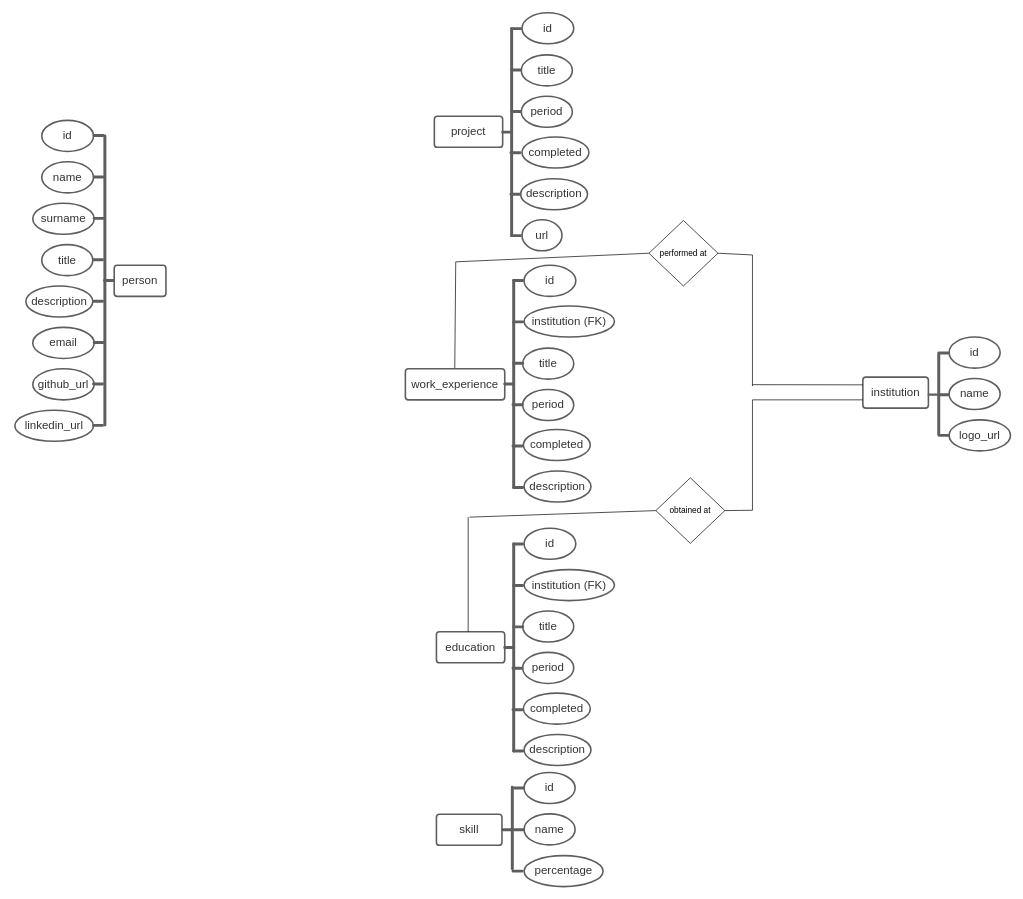
Earlier version of the draw.io diagram base de datos/der portfolio.drawio (sebastian-charras/portfolio-BackEnd). Source tidied: cells renumbered, new cells numbered last; positions are measured from the earlier drawing's top-left corner, leaving out a move shared by most shapes. Both pictures are drawn from the tidied source at 69%, with x=0, y=0 at pixel (-41, 12).
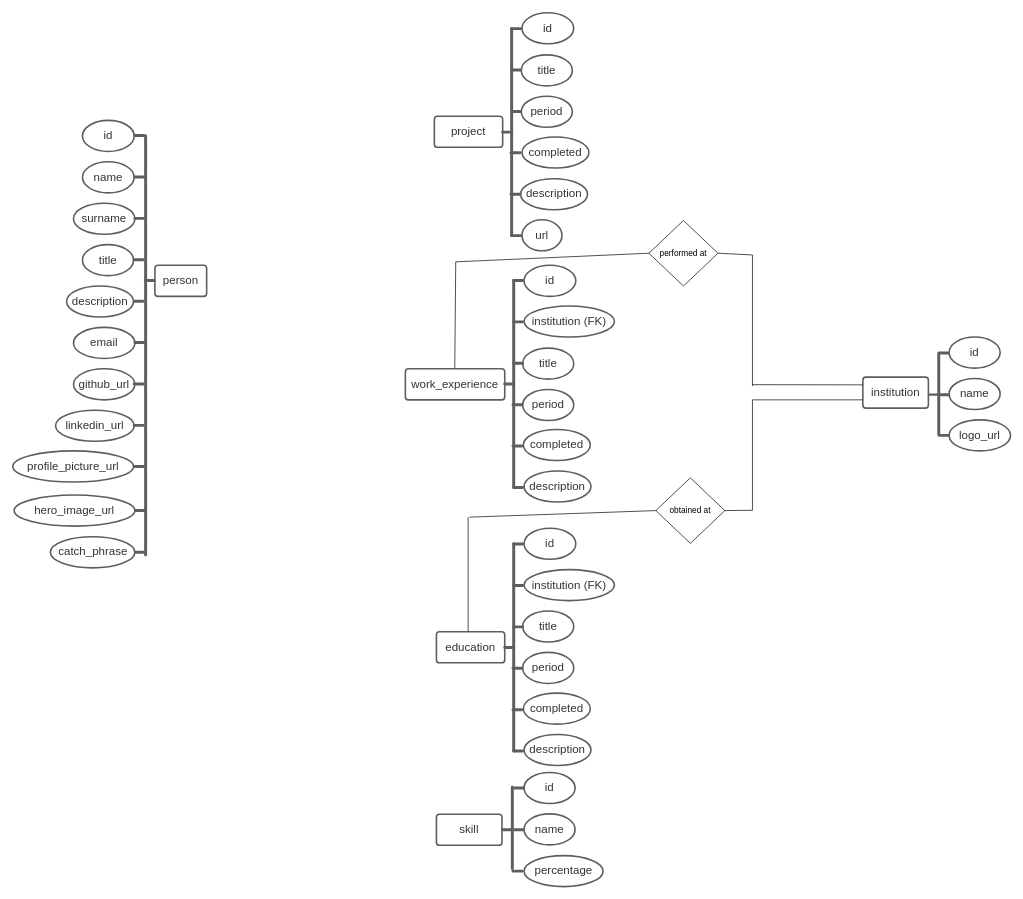
The same diagram, later.

The edit, as a diff of the source:
```diff
@@
     <mxCell id="2" value="person" style="html=1;overflow=block;blockSpacing=1;whiteSpace=wrap;fontSize=16.7;fontColor=#333333;align=center;spacing=3.8;strokeColor=#5e5e5e;strokeOpacity=100;rounded=1;absoluteArcSize=1;arcSize=9;strokeWidth=2.3;lucidId=KwSxlT5vWARh;" parent="1" vertex="1">
-      <mxGeometry x="224" y="366" width="75" height="45" as="geometry" />
+      <mxGeometry x="283" y="366" width="75" height="45" as="geometry" />
     </mxCell>
     <mxCell id="3" value="id" style="html=1;overflow=block;blockSpacing=1;whiteSpace=wrap;ellipse;fontSize=16.7;fontColor=#333333;align=center;spacing=3.8;strokeColor=#5e5e5e;strokeOpacity=100;rounded=1;absoluteArcSize=1;arcSize=9;strokeWidth=2.3;lucidId=~xSxgMpi7hTy;" parent="1" vertex="1">
-      <mxGeometry x="119" y="156" width="75" height="45" as="geometry" />
+      <mxGeometry x="178" y="156" width="75" height="45" as="geometry" />
     </mxCell>
     <mxCell id="4" value="name" style="html=1;overflow=block;blockSpacing=1;whiteSpace=wrap;ellipse;fontSize=16.7;fontColor=#333333;align=center;spacing=3.8;strokeColor=#5e5e5e;strokeOpacity=100;rounded=1;absoluteArcSize=1;arcSize=9;strokeWidth=2.3;lucidId=pySx~N7EDQEU;" parent="1" vertex="1">
-      <mxGeometry x="119" y="216" width="75" height="45" as="geometry" />
+      <mxGeometry x="178" y="216" width="75" height="45" as="geometry" />
     </mxCell>
     <mxCell id="5" value="surname" style="html=1;overflow=block;blockSpacing=1;whiteSpace=wrap;ellipse;fontSize=16.7;fontColor=#333333;align=center;spacing=3.8;strokeColor=#5e5e5e;strokeOpacity=100;rounded=1;absoluteArcSize=1;arcSize=9;strokeWidth=2.3;lucidId=xySxm8rYlA60;" parent="1" vertex="1">
-      <mxGeometry x="106" y="276" width="89" height="45" as="geometry" />
+      <mxGeometry x="165" y="276" width="89" height="45" as="geometry" />
     </mxCell>
     <mxCell id="6" value="title" style="html=1;overflow=block;blockSpacing=1;whiteSpace=wrap;ellipse;fontSize=16.7;fontColor=#333333;align=center;spacing=3.8;strokeColor=#5e5e5e;strokeOpacity=100;rounded=1;absoluteArcSize=1;arcSize=9;strokeWidth=2.3;lucidId=HySx4aHv7je4;" parent="1" vertex="1">
-      <mxGeometry x="119" y="336" width="74" height="45" as="geometry" />
+      <mxGeometry x="178" y="336" width="74" height="45" as="geometry" />
     </mxCell>
     <mxCell id="7" value="description" style="html=1;overflow=block;blockSpacing=1;whiteSpace=wrap;ellipse;fontSize=16.7;fontColor=#333333;align=center;spacing=3.8;strokeColor=#5e5e5e;strokeOpacity=100;rounded=1;absoluteArcSize=1;arcSize=9;strokeWidth=2.3;lucidId=QySxOdZXcJ-U;" parent="1" vertex="1">
-      <mxGeometry x="96" y="396" width="97" height="45" as="geometry" />
+      <mxGeometry x="155" y="396" width="97" height="45" as="geometry" />
     </mxCell>
     <mxCell id="8" value="email" style="html=1;overflow=block;blockSpacing=1;whiteSpace=wrap;ellipse;fontSize=16.7;fontColor=#333333;align=center;spacing=3.8;strokeColor=#5e5e5e;strokeOpacity=100;rounded=1;absoluteArcSize=1;arcSize=9;strokeWidth=2.3;lucidId=0ySxbOj-4D6V;" parent="1" vertex="1">
-      <mxGeometry x="106" y="456" width="89" height="45" as="geometry" />
+      <mxGeometry x="165" y="456" width="89" height="45" as="geometry" />
     </mxCell>
     <mxCell id="9" value="github_url" style="html=1;overflow=block;blockSpacing=1;whiteSpace=wrap;ellipse;fontSize=16.7;fontColor=#333333;align=center;spacing=3.8;strokeColor=#5e5e5e;strokeOpacity=100;rounded=1;absoluteArcSize=1;arcSize=9;strokeWidth=2.3;lucidId=6ySx8WKP9ZY_;" parent="1" vertex="1">
-      <mxGeometry x="106" y="516" width="89" height="45" as="geometry" />
+      <mxGeometry x="165" y="516" width="89" height="45" as="geometry" />
     </mxCell>
     <mxCell id="10" value="linkedin_url" style="html=1;overflow=block;blockSpacing=1;whiteSpace=wrap;ellipse;fontSize=16.7;fontColor=#333333;align=center;spacing=3.8;strokeColor=#5e5e5e;strokeOpacity=100;rounded=1;absoluteArcSize=1;arcSize=9;strokeWidth=2.3;lucidId=.ySxoGDHq.rj;" parent="1" vertex="1">
-      <mxGeometry x="80" y="576" width="114" height="45" as="geometry" />
+      <mxGeometry x="139" y="576" width="114" height="45" as="geometry" />
     </mxCell>
     <mxCell id="11" style="html=1;overflow=block;blockSpacing=1;whiteSpace=wrap;fontSize=13;spacing=0;strokeColor=#5e5e5e;strokeOpacity=100;rounded=1;absoluteArcSize=1;arcSize=9;strokeWidth=2.3;lucidId=RzSxI7Yh7VZy;" parent="1" vertex="1">
-      <mxGeometry x="209" y="387" width="15" height="2" as="geometry" />
+      <mxGeometry x="268" y="387" width="15" height="2" as="geometry" />
     </mxCell>
     <mxCell id="12" style="html=1;overflow=block;blockSpacing=1;whiteSpace=wrap;fontSize=13;spacing=0;strokeColor=#5e5e5e;strokeOpacity=100;rounded=1;absoluteArcSize=1;arcSize=9;strokeWidth=2.3;lucidId=1zSxXwB7N0mB;" parent="1" vertex="1">
-      <mxGeometry x="194" y="177" width="15" height="2" as="geometry" />
+      <mxGeometry x="253" y="177" width="15" height="2" as="geometry" />
     </mxCell>
     <mxCell id="13" style="html=1;overflow=block;blockSpacing=1;whiteSpace=wrap;fontSize=13;spacing=0;strokeColor=#5e5e5e;strokeOpacity=100;rounded=1;absoluteArcSize=1;arcSize=9;strokeWidth=2.3;lucidId=xASxZ3Eb3--C;" parent="1" vertex="1">
-      <mxGeometry x="194" y="237" width="15" height="2" as="geometry" />
+      <mxGeometry x="253" y="237" width="15" height="2" as="geometry" />
     </mxCell>
     <mxCell id="14" style="html=1;overflow=block;blockSpacing=1;whiteSpace=wrap;fontSize=13;spacing=0;strokeColor=#5e5e5e;strokeOpacity=100;rounded=1;absoluteArcSize=1;arcSize=9;strokeWidth=2.3;lucidId=0ASxNr7mwzS9;" parent="1" vertex="1">
-      <mxGeometry x="194" y="297" width="15" height="2" as="geometry" />
+      <mxGeometry x="253" y="297" width="15" height="2" as="geometry" />
     </mxCell>
     <mxCell id="15" style="html=1;overflow=block;blockSpacing=1;whiteSpace=wrap;fontSize=13;spacing=0;strokeColor=#5e5e5e;strokeOpacity=100;rounded=1;absoluteArcSize=1;arcSize=9;strokeWidth=2.3;lucidId=TBSxSd8PejQo;" parent="1" vertex="1">
-      <mxGeometry x="193" y="357" width="15" height="2" as="geometry" />
+      <mxGeometry x="252" y="357" width="15" height="2" as="geometry" />
     </mxCell>
     <mxCell id="16" style="html=1;overflow=block;blockSpacing=1;whiteSpace=wrap;fontSize=13;spacing=0;strokeColor=#5e5e5e;strokeOpacity=100;rounded=1;absoluteArcSize=1;arcSize=9;strokeWidth=2.3;lucidId=4BSx3Sqhy.Hc;" parent="1" vertex="1">
-      <mxGeometry x="193" y="417" width="15" height="2" as="geometry" />
+      <mxGeometry x="252" y="417" width="15" height="2" as="geometry" />
     </mxCell>
     <mxCell id="17" style="html=1;overflow=block;blockSpacing=1;whiteSpace=wrap;fontSize=13;spacing=0;strokeColor=#5e5e5e;strokeOpacity=100;rounded=1;absoluteArcSize=1;arcSize=9;strokeWidth=2.3;lucidId=_BSxYnRjgSyV;" parent="1" vertex="1">
-      <mxGeometry x="194" y="477" width="15" height="2" as="geometry" />
+      <mxGeometry x="253" y="477" width="15" height="2" as="geometry" />
     </mxCell>
     <mxCell id="18" style="html=1;overflow=block;blockSpacing=1;whiteSpace=wrap;fontSize=13;spacing=0;strokeColor=#5e5e5e;strokeOpacity=100;rounded=1;absoluteArcSize=1;arcSize=9;strokeWidth=2.3;lucidId=eCSxlLCxv.HA;" parent="1" vertex="1">
-      <mxGeometry x="193" y="537" width="15" height="2" as="geometry" />
+      <mxGeometry x="252" y="537" width="15" height="2" as="geometry" />
     </mxCell>
     <mxCell id="19" style="html=1;overflow=block;blockSpacing=1;whiteSpace=wrap;fontSize=13;spacing=0;strokeColor=#5e5e5e;strokeOpacity=100;rounded=1;absoluteArcSize=1;arcSize=9;strokeWidth=2.3;lucidId=iCSxh97zaDWi;" parent="1" vertex="1">
-      <mxGeometry x="193" y="597" width="15" height="2" as="geometry" />
+      <mxGeometry x="252" y="597" width="15" height="2" as="geometry" />
     </mxCell>
     <mxCell id="20" style="html=1;overflow=block;blockSpacing=1;whiteSpace=wrap;fontSize=13;spacing=0;strokeColor=#5e5e5e;strokeOpacity=100;rounded=1;absoluteArcSize=1;arcSize=9;rotation=-270;strokeWidth=2.3;lucidId=dDSx8iKr0V48;" parent="1" vertex="1">
-      <mxGeometry y="387" width="421" height="2" as="geometry" />
+      <mxGeometry x="-35.2" y="481.2" width="609.5" height="2" as="geometry" />
     </mxCell>
@@
+    <mxCell id="96" value="profile_picture_url" style="html=1;overflow=block;blockSpacing=1;whiteSpace=wrap;ellipse;fontSize=16.7;fontColor=#333333;align=center;spacing=3.8;strokeColor=#5e5e5e;strokeOpacity=100;rounded=1;absoluteArcSize=1;arcSize=9;strokeWidth=2.3;lucidId=.ySxoGDHq.rj;" parent="1" vertex="1">
+      <mxGeometry x="77" y="635" width="175" height="45" as="geometry" />
+    </mxCell>
+    <mxCell id="97" value="hero_image_url" style="html=1;overflow=block;blockSpacing=1;whiteSpace=wrap;ellipse;fontSize=16.7;fontColor=#333333;align=center;spacing=3.8;strokeColor=#5e5e5e;strokeOpacity=100;rounded=1;absoluteArcSize=1;arcSize=9;strokeWidth=2.3;lucidId=.ySxoGDHq.rj;" parent="1" vertex="1">
+      <mxGeometry x="79" y="699" width="175" height="45" as="geometry" />
+    </mxCell>
+    <mxCell id="98" value="catch_phrase" style="html=1;overflow=block;blockSpacing=1;whiteSpace=wrap;ellipse;fontSize=16.7;fontColor=#333333;align=center;spacing=3.8;strokeColor=#5e5e5e;strokeOpacity=100;rounded=1;absoluteArcSize=1;arcSize=9;strokeWidth=2.3;lucidId=.ySxoGDHq.rj;" parent="1" vertex="1">
+      <mxGeometry x="131.5" y="759.5" width="122.5" height="45" as="geometry" />
+    </mxCell>
+    <mxCell id="99" style="html=1;overflow=block;blockSpacing=1;whiteSpace=wrap;fontSize=13;spacing=0;strokeColor=#5e5e5e;strokeOpacity=100;rounded=1;absoluteArcSize=1;arcSize=9;strokeWidth=2.3;lucidId=iCSxh97zaDWi;" parent="1" vertex="1">
+      <mxGeometry x="253" y="656.5" width="15" height="2" as="geometry" />
+    </mxCell>
+    <mxCell id="100" style="html=1;overflow=block;blockSpacing=1;whiteSpace=wrap;fontSize=13;spacing=0;strokeColor=#5e5e5e;strokeOpacity=100;rounded=1;absoluteArcSize=1;arcSize=9;strokeWidth=2.3;lucidId=iCSxh97zaDWi;" parent="1" vertex="1">
+      <mxGeometry x="254" y="720.5" width="15" height="2" as="geometry" />
+    </mxCell>
+    <mxCell id="101" style="html=1;overflow=block;blockSpacing=1;whiteSpace=wrap;fontSize=13;spacing=0;strokeColor=#5e5e5e;strokeOpacity=100;rounded=1;absoluteArcSize=1;arcSize=9;strokeWidth=2.3;lucidId=iCSxh97zaDWi;" parent="1" vertex="1">
+      <mxGeometry x="254" y="781" width="15" height="2" as="geometry" />
+    </mxCell>
```
